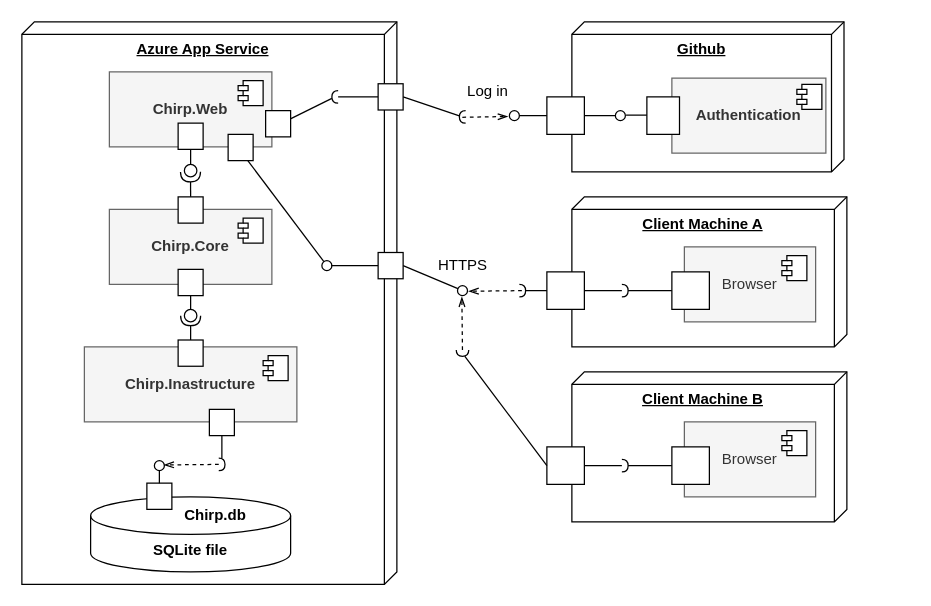
Before: docs/models/DeploymentDiagram.drawio in ITU-BDSA2024-GROUP10/Chirp, a draw.io diagram. Source tidied: cells renumbered, new cells numbered last; positions are measured from the earlier drawing's top-left corner, leaving out a move shared by most shapes. Both pictures are drawn from the tidied source at 125%, with x=0, y=0 at pixel (21, 21).
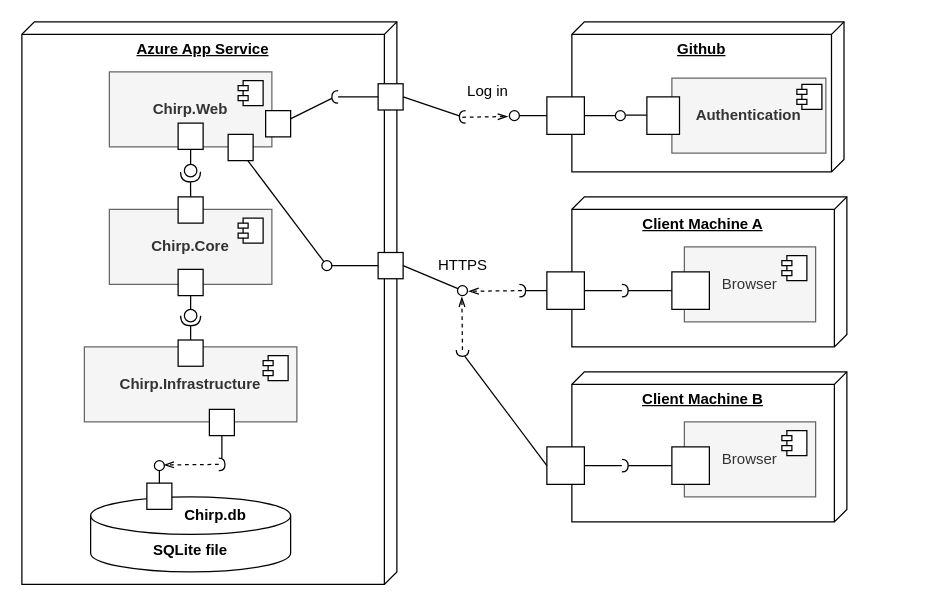
Above is the later version.

Commit message (it also covers changes not shown here):
Added Deployment diagram png and corrected spelling in model

What changed in the source:
```diff
@@
-    <mxCell id="7" value="&lt;b&gt;Chirp.Inastructure&lt;/b&gt;" style="html=1;whiteSpace=wrap;fillColor=#f5f5f5;fontColor=#333333;strokeColor=#666666;" parent="1" vertex="1">
+    <mxCell id="7" value="&lt;b&gt;Chirp.Infrastructure&lt;/b&gt;" style="html=1;whiteSpace=wrap;fillColor=#f5f5f5;fontColor=#333333;strokeColor=#666666;" parent="1" vertex="1">
       <mxGeometry x="50" y="260" width="170" height="60" as="geometry" />
     </mxCell>
```
